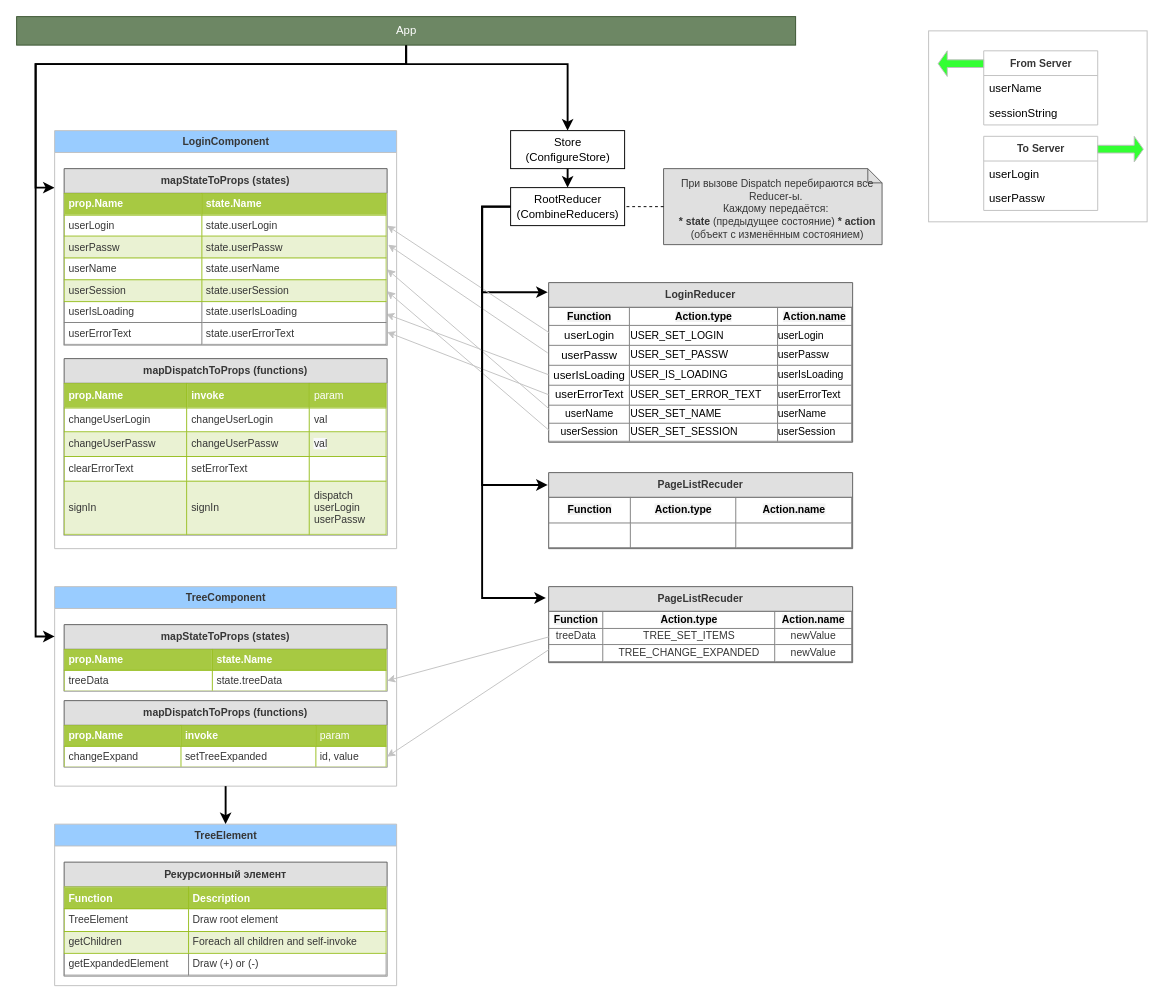
Before: page "Page-1" (1 of 2) of scheme.drawio in alwertus/sitefront, a draw.io diagram. Source tidied: cells renumbered, new cells numbered last; positions are measured from the earlier drawing's top-left corner, leaving out a move shared by most shapes. Both pictures are drawn from the tidied source at 95%, with x=0, y=0 at pixel (16, 16).
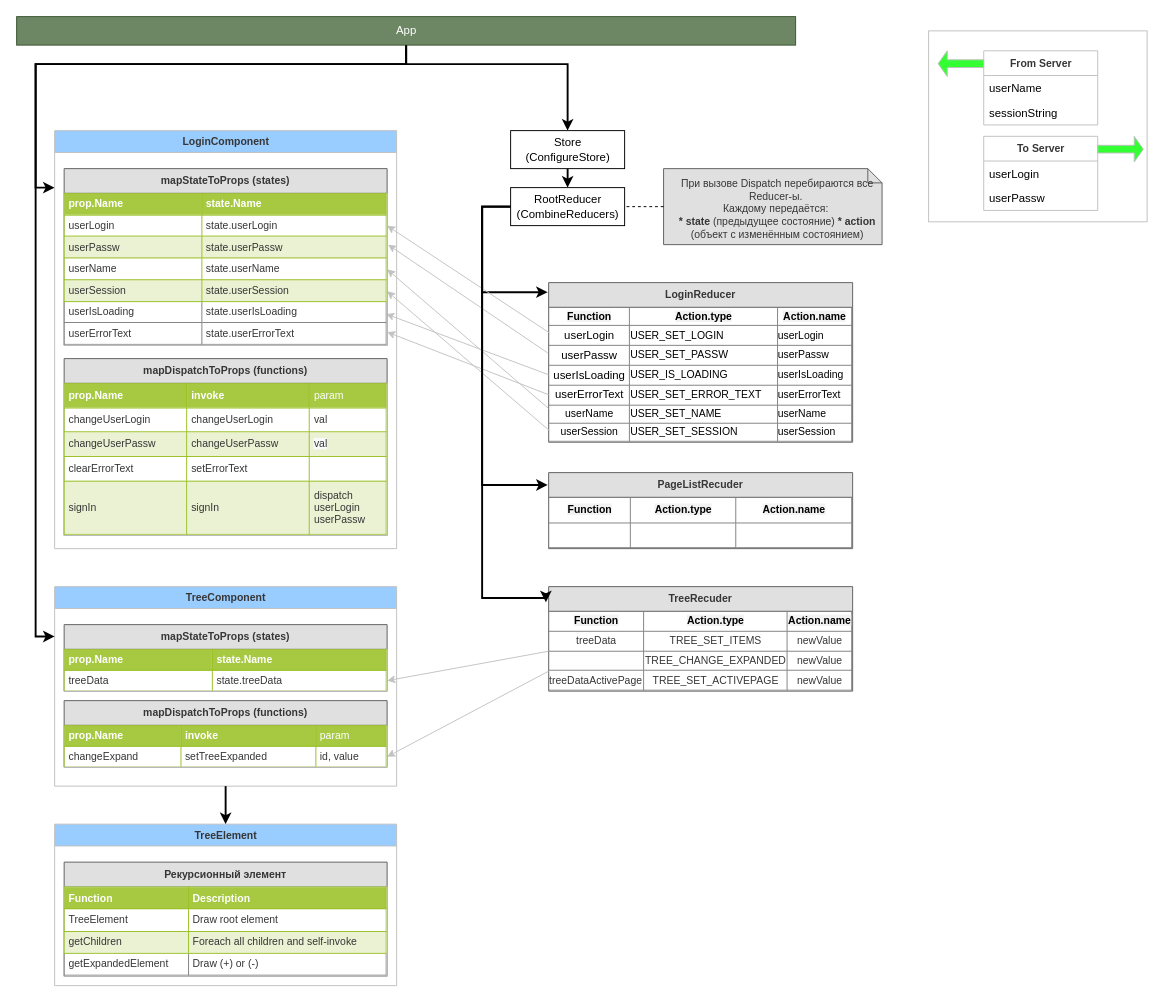
Above is the later version.

What changed in the source:
```diff
@@
-    <mxCell id="46" value="PageListRecuder" style="swimlane;fontStyle=1;align=center;verticalAlign=top;horizontal=1;startSize=26;labelBackgroundColor=none;strokeColor=#5E5E5E;fillColor=#E0E0E0;fontSize=11;fontColor=#363636;html=0;" parent="1" vertex="1">
-      <mxGeometry x="560" y="600" width="320" height="80" as="geometry" />
+    <mxCell id="46" value="TreeRecuder" style="swimlane;fontStyle=1;align=center;verticalAlign=top;horizontal=1;startSize=26;labelBackgroundColor=none;strokeColor=#5E5E5E;fillColor=#E0E0E0;fontSize=11;fontColor=#363636;html=0;" parent="1" vertex="1">
+      <mxGeometry x="560" y="600" width="320" height="110" as="geometry" />
     </mxCell>
-    <mxCell id="47" value="&lt;table border=&quot;1&quot; width=&quot;100%&quot; style=&quot;width: 100% ; height: 100% ; border-collapse: collapse&quot; cellpadding=&quot;0&quot; align=&quot;center&quot;&gt;&lt;tbody&gt;&lt;tr&gt;&lt;td style=&quot;text-align: center&quot;&gt;&lt;font color=&quot;#000000&quot;&gt;&lt;b style=&quot;background-color: rgb(242 , 242 , 242)&quot;&gt;Function&lt;/b&gt;&lt;/font&gt;&lt;/td&gt;&lt;td style=&quot;text-align: center&quot;&gt;&lt;font color=&quot;#000000&quot;&gt;&lt;b style=&quot;background-color: rgb(242 , 242 , 242)&quot;&gt;Action.type&lt;/b&gt;&lt;/font&gt;&lt;/td&gt;&lt;td style=&quot;text-align: center&quot;&gt;&lt;font color=&quot;#000000&quot;&gt;&lt;b style=&quot;background-color: rgb(242 , 242 , 242)&quot;&gt;Action.name&lt;/b&gt;&lt;/font&gt;&lt;/td&gt;&lt;/tr&gt;&lt;tr&gt;&lt;td align=&quot;center&quot; style=&quot;text-align: center&quot;&gt;treeData&lt;/td&gt;&lt;td align=&quot;center&quot; style=&quot;text-align: center&quot;&gt;TREE_SET_ITEMS&lt;/td&gt;&lt;td align=&quot;center&quot; style=&quot;text-align: center&quot;&gt;newValue&lt;br&gt;&lt;/td&gt;&lt;/tr&gt;&lt;tr&gt;&lt;td style=&quot;text-align: center&quot;&gt;&lt;br&gt;&lt;/td&gt;&lt;td style=&quot;text-align: center&quot;&gt;TREE_CHANGE_EXPANDED&lt;br&gt;&lt;/td&gt;&lt;td style=&quot;text-align: center&quot;&gt;newValue&lt;br&gt;&lt;/td&gt;&lt;/tr&gt;&lt;/tbody&gt;&lt;/table&gt;" style="text;html=1;strokeColor=none;fillColor=none;overflow=fill;labelBackgroundColor=none;fontSize=11;fontColor=#363636;align=left;" parent="46" vertex="1">
-      <mxGeometry y="26" width="320" height="54" as="geometry" />
+    <mxCell id="47" value="&lt;table border=&quot;1&quot; width=&quot;100%&quot; style=&quot;width: 100% ; height: 100% ; border-collapse: collapse&quot; cellpadding=&quot;0&quot; align=&quot;center&quot;&gt;&lt;tbody&gt;&lt;tr&gt;&lt;td style=&quot;text-align: center&quot;&gt;&lt;font color=&quot;#000000&quot;&gt;&lt;b style=&quot;background-color: rgb(242 , 242 , 242)&quot;&gt;Function&lt;/b&gt;&lt;/font&gt;&lt;/td&gt;&lt;td style=&quot;text-align: center&quot;&gt;&lt;font color=&quot;#000000&quot;&gt;&lt;b style=&quot;background-color: rgb(242 , 242 , 242)&quot;&gt;Action.type&lt;/b&gt;&lt;/font&gt;&lt;/td&gt;&lt;td style=&quot;text-align: center&quot;&gt;&lt;font color=&quot;#000000&quot;&gt;&lt;b style=&quot;background-color: rgb(242 , 242 , 242)&quot;&gt;Action.name&lt;/b&gt;&lt;/font&gt;&lt;/td&gt;&lt;/tr&gt;&lt;tr&gt;&lt;td align=&quot;center&quot; style=&quot;text-align: center&quot;&gt;treeData&lt;/td&gt;&lt;td align=&quot;center&quot; style=&quot;text-align: center&quot;&gt;TREE_SET_ITEMS&lt;/td&gt;&lt;td align=&quot;center&quot; style=&quot;text-align: center&quot;&gt;newValue&lt;br&gt;&lt;/td&gt;&lt;/tr&gt;&lt;tr&gt;&lt;td style=&quot;text-align: center&quot;&gt;&lt;br&gt;&lt;/td&gt;&lt;td style=&quot;text-align: center&quot;&gt;TREE_CHANGE_EXPANDED&lt;br&gt;&lt;/td&gt;&lt;td style=&quot;text-align: center&quot;&gt;newValue&lt;br&gt;&lt;/td&gt;&lt;/tr&gt;&lt;tr&gt;&lt;td&gt;treeDataActivePage&lt;br&gt;&lt;/td&gt;&lt;td style=&quot;text-align: center&quot;&gt;TREE_SET_ACTIVEPAGE&lt;br&gt;&lt;/td&gt;&lt;td style=&quot;text-align: center&quot;&gt;newValue&lt;/td&gt;&lt;/tr&gt;&lt;/tbody&gt;&lt;/table&gt;" style="text;html=1;strokeColor=none;fillColor=none;overflow=fill;labelBackgroundColor=none;fontSize=11;fontColor=#363636;align=left;" parent="46" vertex="1">
+      <mxGeometry y="26" width="320" height="84" as="geometry" />
     </mxCell>
```
